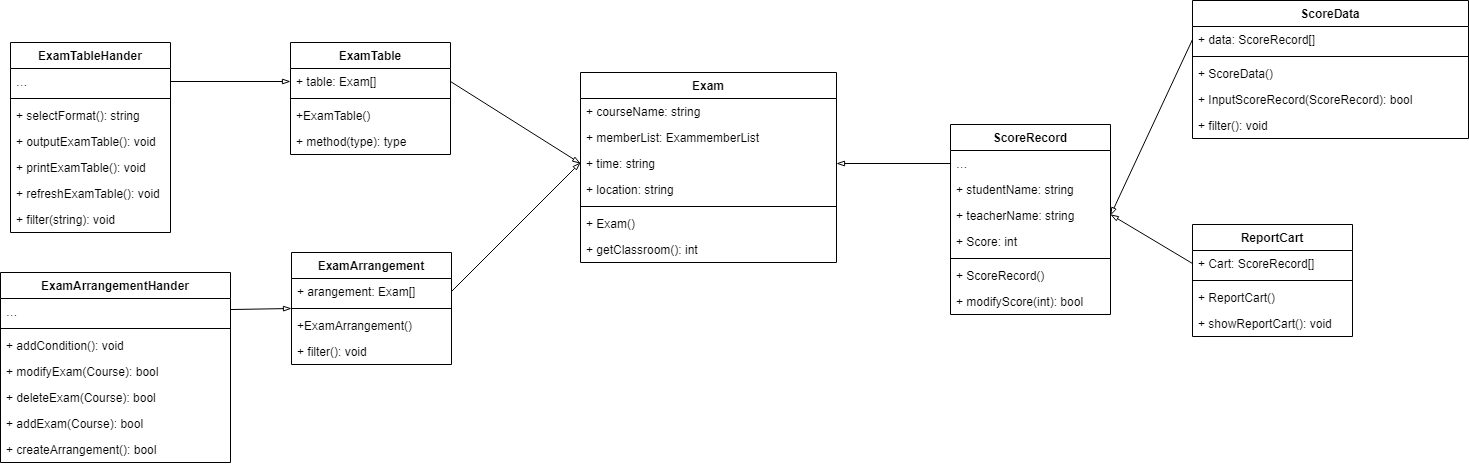
bupt-juniorTeam/OOAD keeps this draw.io diagram as 类图/pic5.png. Above is the earlier version. Source tidied: cells renumbered, new cells last; positions are measured from the earlier drawing's top-left corner, leaving out a move shared by most shapes.
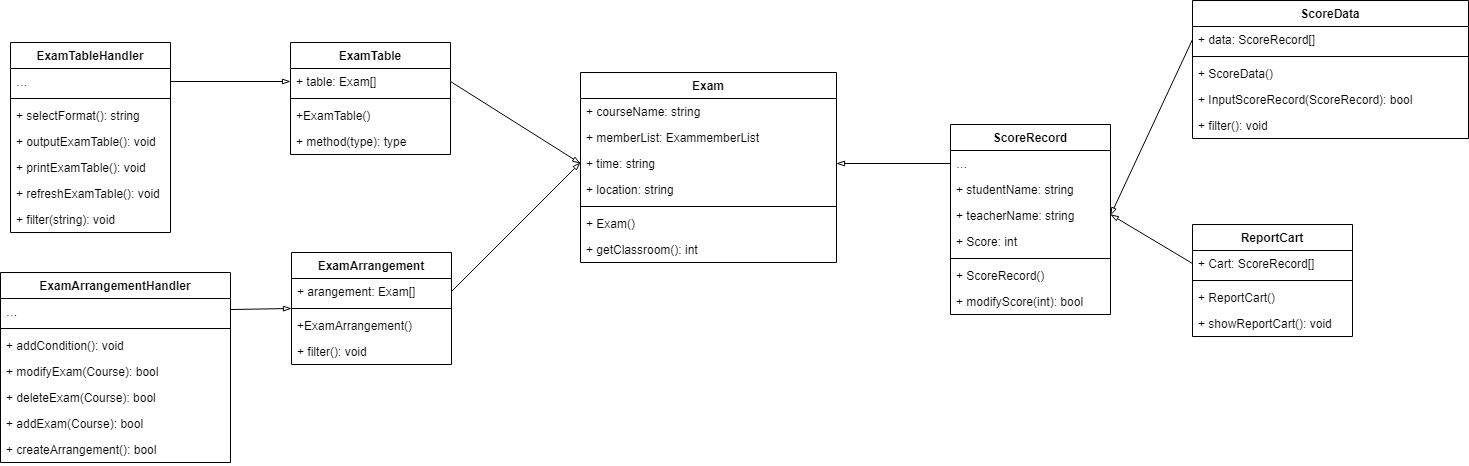
Later version of the same file.

Diff of the diagram source:
```diff
@@ -113,7 +113,7 @@
     <mxCell id="38" value="+ filter(): void" style="text;strokeColor=none;fillColor=none;align=left;verticalAlign=top;spacingLeft=4;spacingRight=4;overflow=hidden;" parent="33" vertex="1">
       <mxGeometry y="112" width="276" height="26" as="geometry" />
     </mxCell>
-    <mxCell id="39" value="ExamArrangementHander" style="swimlane;fontStyle=1;align=center;verticalAlign=top;horizontal=1;startSize=26;" parent="1" vertex="1">
+    <mxCell id="39" value="ExamArrangementHandler" style="swimlane;fontStyle=1;align=center;verticalAlign=top;horizontal=1;startSize=26;" parent="1" vertex="1">
       <mxGeometry y="272" width="230" height="190" as="geometry" />
     </mxCell>
     <mxCell id="40" value="…" style="text;strokeColor=none;fillColor=none;align=left;verticalAlign=top;spacingLeft=4;spacingRight=4;overflow=hidden;points=[[0,0.5],[1,0.5]];portConstraint=eastwest;" parent="39" vertex="1">
@@ -137,7 +137,7 @@
     <mxCell id="46" value="+ createArrangement(): bool" style="text;strokeColor=none;fillColor=none;align=left;verticalAlign=top;spacingLeft=4;spacingRight=4;overflow=hidden;" parent="39" vertex="1">
       <mxGeometry y="164" width="230" height="26" as="geometry" />
     </mxCell>
-    <mxCell id="47" value="ExamTableHander" style="swimlane;fontStyle=1;align=center;verticalAlign=top;horizontal=1;startSize=26;" parent="1" vertex="1">
+    <mxCell id="47" value="ExamTableHandler" style="swimlane;fontStyle=1;align=center;verticalAlign=top;horizontal=1;startSize=26;" parent="1" vertex="1">
       <mxGeometry x="10" y="42" width="160" height="190" as="geometry" />
     </mxCell>
     <mxCell id="48" value="…" style="text;strokeColor=none;fillColor=none;align=left;verticalAlign=top;spacingLeft=4;spacingRight=4;overflow=hidden;points=[[0,0.5],[1,0.5]];portConstraint=eastwest;" parent="47" vertex="1">
```
